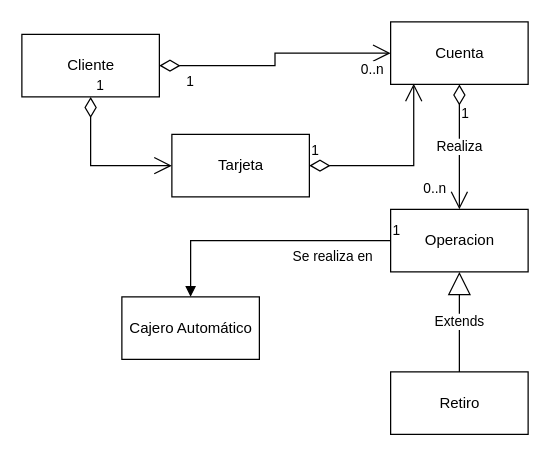
Before: page "Vista Lógica" (2 of 7) of Clase5_IS1.drawio.xml in cpaztrillo/utec_isoftware1_2022_2, a draw.io diagram. Source tidied: cells renumbered, new cells numbered last; positions are measured from the earlier drawing's top-left corner, leaving out a move shared by most shapes. Both pictures are drawn from the tidied source at 125%, with x=0, y=0 at pixel (21, 21).
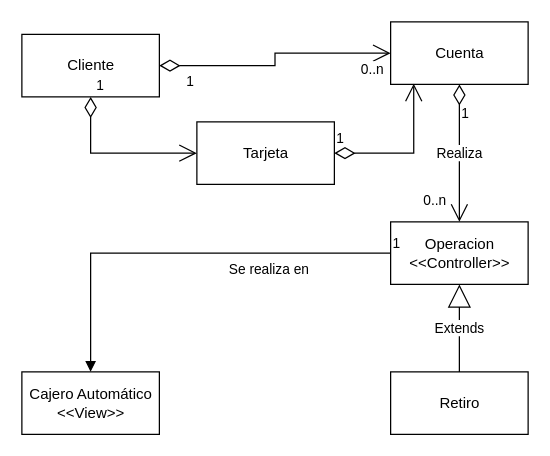
The same page after the edit.

What changed in the source:
```diff
@@
-    <mxCell id="4" value="Operacion" style="html=1;" parent="1" vertex="1">
-      <mxGeometry x="295" y="150" width="110" height="50" as="geometry" />
+    <mxCell id="4" value="Operacion&lt;br&gt;&amp;lt;&amp;lt;Controller&amp;gt;&amp;gt;" style="html=1;" parent="1" vertex="1">
+      <mxGeometry x="295" y="160" width="110" height="50" as="geometry" />
     </mxCell>
@@
-    <mxCell id="13" value="Cajero Automático" style="html=1;" parent="1" vertex="1">
-      <mxGeometry x="80" y="220" width="110" height="50" as="geometry" />
+    <mxCell id="13" value="Cajero Automático&lt;br&gt;&amp;lt;&amp;lt;View&amp;gt;&amp;gt;" style="html=1;" parent="1" vertex="1">
+      <mxGeometry y="280" width="110" height="50" as="geometry" />
     </mxCell>
@@
     <mxCell id="16" value="Tarjeta" style="html=1;" parent="1" vertex="1">
-      <mxGeometry x="120" y="90" width="110" height="50" as="geometry" />
+      <mxGeometry x="140" y="80" width="110" height="50" as="geometry" />
     </mxCell>
```
